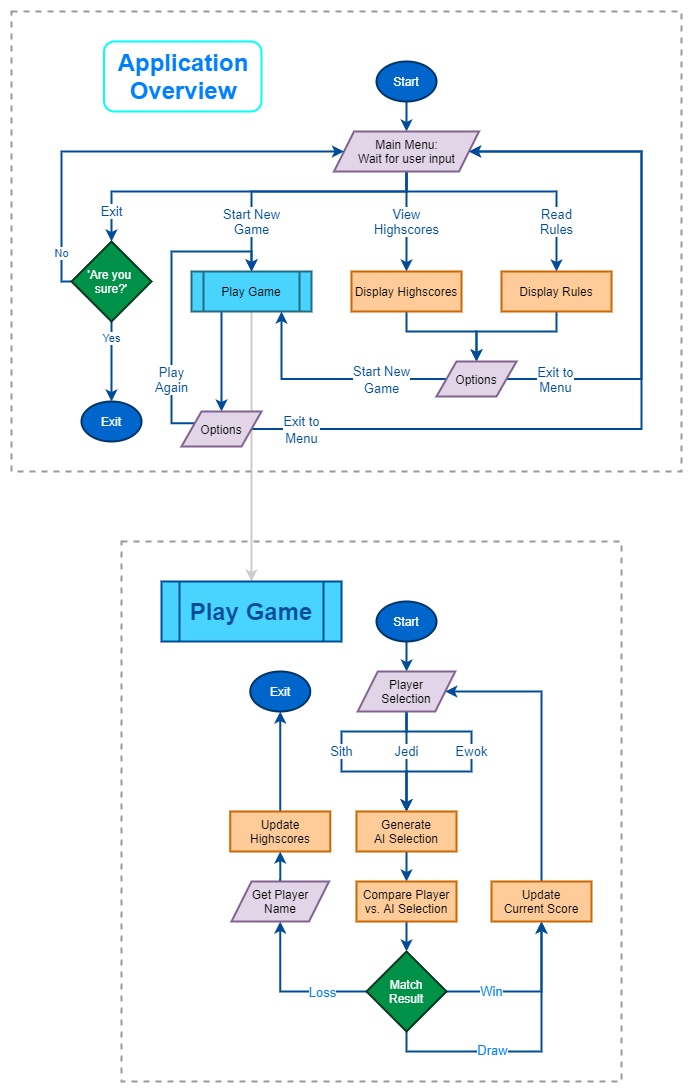
Above: docs/img/flowcharts/app-game-overview-flowcharts_transparent.png in waldowred5/Sith-Lord-Jedi-Ewok (draw.io), before the change. Source tidied: cells renumbered, new cells last; positions are measured from the earlier drawing's top-left corner, leaving out a move shared by most shapes.
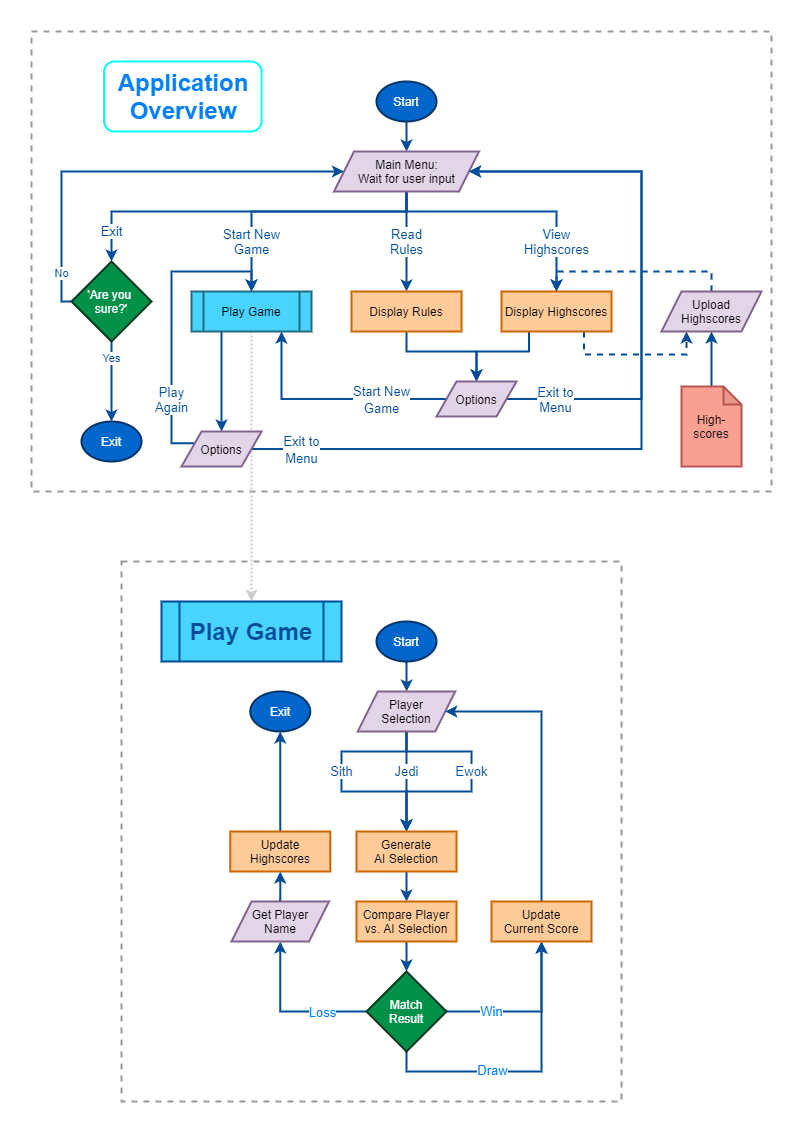
Later version of the same file.

Commit message:
Updated flowchart to include uploading Highscores flow

The edit, as a diff of the source:
```diff
@@ -2,6 +2,15 @@
   <root>
     <mxCell id="0" />
     <mxCell id="1" parent="0" />
+    <mxCell id="56" style="rounded=0;whiteSpace=wrap;html=1;shadow=0;glass=0;dashed=1;sketch=0;strokeWidth=2;fillColor=none;fontColor=#007FFF;strokeColor=#FFFFFF;" parent="1" vertex="1">
+      <mxGeometry y="-20" width="800" height="1130" as="geometry" />
+    </mxCell>
+    <mxCell id="55" style="rounded=0;whiteSpace=wrap;html=1;shadow=0;glass=0;sketch=0;strokeWidth=2;fontColor=#007FFF;fillColor=none;dashed=1;strokeColor=#999999;" parent="1" vertex="1">
+      <mxGeometry x="120" y="540" width="500" height="540" as="geometry" />
+    </mxCell>
+    <mxCell id="54" style="rounded=0;whiteSpace=wrap;html=1;shadow=0;glass=0;sketch=0;strokeWidth=2;fontColor=#007FFF;fillColor=none;dashed=1;strokeColor=#999999;" parent="1" vertex="1">
+      <mxGeometry x="30" y="10" width="740" height="460" as="geometry" />
+    </mxCell>
     <mxCell id="2" style="edgeStyle=orthogonalEdgeStyle;rounded=0;jettySize=auto;html=1;strokeColor=#004C99;strokeWidth=2;" parent="1" edge="1" source="3" target="9">
       <mxGeometry relative="1" as="geometry" />
     </mxCell>
@@ -11,7 +20,7 @@
     <mxCell id="4" value="&lt;span&gt;Exit&lt;/span&gt;" style="ellipse;whiteSpace=wrap;html=1;rounded=0;strokeColor=#003366;strokeWidth=2;fontColor=#FFFFFF;fillColor=#0066CC;" parent="1" vertex="1">
       <mxGeometry x="80" y="400" width="60" height="40" as="geometry" />
     </mxCell>
-    <mxCell id="5" value="&lt;font style=&quot;font-size: 13px&quot;&gt;View&lt;br&gt;Highscores&lt;/font&gt;" style="edgeStyle=orthogonalEdgeStyle;rounded=0;jettySize=auto;html=1;strokeColor=#004C99;fontColor=#004C99;strokeWidth=2;entryX=0.5;entryY=0;entryDx=0;entryDy=0;" parent="1" edge="1" source="9" target="23">
+    <mxCell id="5" value="&lt;font style=&quot;font-size: 13px&quot;&gt;Read&lt;br&gt;Rules&lt;/font&gt;" style="edgeStyle=orthogonalEdgeStyle;rounded=0;jettySize=auto;html=1;strokeColor=#004C99;fontColor=#004C99;strokeWidth=2;entryX=0.5;entryY=0;entryDx=0;entryDy=0;" parent="1" edge="1" source="9" target="23">
       <mxGeometry relative="1" as="geometry" />
     </mxCell>
     <mxCell id="6" value="&lt;font style=&quot;font-size: 13px&quot;&gt;Start New&lt;br&gt;Game&lt;/font&gt;" style="edgeStyle=orthogonalEdgeStyle;rounded=0;jettySize=auto;html=1;strokeColor=#004C99;fontColor=#004C99;strokeWidth=2;" parent="1" edge="1" source="9" target="12">
@@ -22,7 +31,7 @@
         </Array>
       </mxGeometry>
     </mxCell>
-    <mxCell id="7" value="&lt;font style=&quot;font-size: 13px&quot;&gt;Read&lt;br&gt;Rules&lt;/font&gt;" style="edgeStyle=orthogonalEdgeStyle;rounded=0;jettySize=auto;html=1;exitX=0.5;exitY=1;exitDx=0;exitDy=0;entryX=0.5;entryY=0;entryDx=0;entryDy=0;strokeColor=#004C99;fontColor=#004C99;strokeWidth=2;" parent="1" edge="1" source="9" target="15">
+    <mxCell id="7" value="&lt;span style=&quot;font-size: 13px&quot;&gt;View&lt;br&gt;Highscores&lt;/span&gt;" style="edgeStyle=orthogonalEdgeStyle;rounded=0;jettySize=auto;html=1;exitX=0.5;exitY=1;exitDx=0;exitDy=0;entryX=0.5;entryY=0;entryDx=0;entryDy=0;strokeColor=#004C99;fontColor=#004C99;strokeWidth=2;" parent="1" edge="1" source="9" target="15">
       <mxGeometry x="0.6" relative="1" as="geometry">
         <Array as="points">
           <mxPoint x="405" y="190" />
@@ -44,7 +53,7 @@
     <mxCell id="10" style="edgeStyle=orthogonalEdgeStyle;rounded=0;jettySize=auto;html=1;exitX=0.25;exitY=1;exitDx=0;exitDy=0;entryX=0.5;entryY=0;entryDx=0;entryDy=0;strokeColor=#004C99;strokeWidth=2;" parent="1" edge="1" source="12" target="28">
       <mxGeometry relative="1" as="geometry" />
     </mxCell>
-    <mxCell id="11" style="edgeStyle=orthogonalEdgeStyle;rounded=0;jettySize=auto;html=1;exitX=0.5;exitY=1;exitDx=0;exitDy=0;entryX=0.5;entryY=0;entryDx=0;entryDy=0;strokeWidth=2;fontColor=#007FFF;strokeColor=#CCCCCC;" parent="1" edge="1" source="12" target="53">
+    <mxCell id="11" style="edgeStyle=orthogonalEdgeStyle;rounded=0;jettySize=auto;html=1;exitX=0.5;exitY=1;exitDx=0;exitDy=0;entryX=0.5;entryY=0;entryDx=0;entryDy=0;strokeWidth=2;fontColor=#007FFF;strokeColor=#CCCCCC;dashed=1;dashPattern=1 1;" parent="1" edge="1" source="12" target="53">
       <mxGeometry relative="1" as="geometry" />
     </mxCell>
     <mxCell id="12" value="Play Game" style="shape=process;whiteSpace=wrap;html=1;backgroundOutline=1;strokeColor=#246A80;fillColor=#48D4FF;strokeWidth=2;" parent="1" vertex="1">
@@ -59,15 +68,23 @@
         </Array>
       </mxGeometry>
     </mxCell>
-    <mxCell id="14" style="edgeStyle=orthogonalEdgeStyle;rounded=0;jettySize=auto;html=1;exitX=0.5;exitY=1;exitDx=0;exitDy=0;entryX=0.5;entryY=0;entryDx=0;entryDy=0;strokeColor=#004C99;strokeWidth=2;" parent="1" edge="1" source="15" target="22">
+    <mxCell id="14" style="edgeStyle=orthogonalEdgeStyle;rounded=0;jettySize=auto;html=1;exitX=0.25;exitY=1;exitDx=0;exitDy=0;entryX=0.5;entryY=0;entryDx=0;entryDy=0;strokeColor=#004C99;strokeWidth=2;" parent="1" edge="1" source="15" target="22">
       <mxGeometry relative="1" as="geometry">
         <Array as="points">
-          <mxPoint x="555" y="330" />
+          <mxPoint x="528" y="330" />
           <mxPoint x="475" y="330" />
         </Array>
       </mxGeometry>
     </mxCell>
+    <mxCell id="57" style="edgeStyle=orthogonalEdgeStyle;rounded=0;jettySize=auto;html=1;exitX=0.75;exitY=1;exitDx=0;exitDy=0;strokeColor=#004C99;strokeWidth=2;fontColor=#004C99;dashed=1;entryX=0.25;entryY=1;entryDx=0;entryDy=0;" parent="1" edge="1" source="15" target="61">
+      <mxGeometry relative="1" as="geometry">
+        <Array as="points">
+          <mxPoint x="583" y="333" />
+          <mxPoint x="685" y="333" />
+        </Array>
+      </mxGeometry>
+    </mxCell>
-    <mxCell id="15" value="Display Rules" style="rounded=0;whiteSpace=wrap;html=1;fillColor=#ffcc99;strokeColor=#CC6600;strokeWidth=2;" parent="1" vertex="1">
+    <mxCell id="15" value="Display Highscores" style="rounded=0;whiteSpace=wrap;html=1;fillColor=#ffcc99;strokeColor=#CC6600;strokeWidth=2;" parent="1" vertex="1">
       <mxGeometry x="500" y="270" width="110" height="40" as="geometry" />
     </mxCell>
     <mxCell id="16" value="No" style="edgeStyle=orthogonalEdgeStyle;rounded=0;jettySize=auto;html=1;exitX=0;exitY=0.5;exitDx=0;exitDy=0;strokeColor=#004C99;fontColor=#004C99;strokeWidth=2;entryX=0;entryY=0.5;entryDx=0;entryDy=0;" parent="1" edge="1" source="18" target="9">
@@ -103,7 +120,7 @@
     <mxCell id="22" value="Options" style="shape=parallelogram;perimeter=parallelogramPerimeter;whiteSpace=wrap;html=1;fixedSize=1;fillColor=#e1d5e7;strokeWidth=2;strokeColor=#81638F;" parent="1" vertex="1">
       <mxGeometry x="435" y="360" width="80" height="35" as="geometry" />
     </mxCell>
-    <mxCell id="23" value="Display Highscores" style="rounded=0;whiteSpace=wrap;html=1;fillColor=#ffcc99;strokeColor=#CC6600;strokeWidth=2;" parent="1" vertex="1">
+    <mxCell id="23" value="Display Rules" style="rounded=0;whiteSpace=wrap;html=1;fillColor=#ffcc99;strokeColor=#CC6600;strokeWidth=2;" parent="1" vertex="1">
       <mxGeometry x="350" y="270" width="110" height="40" as="geometry" />
     </mxCell>
     <mxCell id="24" style="edgeStyle=orthogonalEdgeStyle;rounded=0;jettySize=auto;html=1;exitX=0;exitY=0.25;exitDx=0;exitDy=0;strokeColor=#004C99;strokeWidth=2;entryX=0.5;entryY=0;entryDx=0;entryDy=0;" parent="1" edge="1" source="28" target="12">
@@ -239,14 +256,22 @@
     <mxCell id="53" value="&lt;b style=&quot;font-size: 24px&quot;&gt;&lt;font color=&quot;#004c99&quot;&gt;Play Game&lt;/font&gt;&lt;/b&gt;" style="shape=process;whiteSpace=wrap;html=1;backgroundOutline=1;rounded=0;shadow=0;glass=0;sketch=0;strokeWidth=2;fillColor=#48D4FF;fontColor=#007FFF;strokeColor=#004C99;" parent="1" vertex="1">
       <mxGeometry x="160" y="580" width="180" height="60" as="geometry" />
     </mxCell>
-    <mxCell id="54" style="rounded=0;whiteSpace=wrap;html=1;shadow=0;glass=0;sketch=0;strokeWidth=2;fontColor=#007FFF;fillColor=none;dashed=1;strokeColor=#999999;" parent="1" vertex="1">
-      <mxGeometry x="10" y="10" width="670" height="460" as="geometry" />
-    </mxCell>
-    <mxCell id="55" style="rounded=0;whiteSpace=wrap;html=1;shadow=0;glass=0;sketch=0;strokeWidth=2;fontColor=#007FFF;fillColor=none;dashed=1;strokeColor=#999999;" parent="1" vertex="1">
-      <mxGeometry x="120" y="540" width="500" height="540" as="geometry" />
-    </mxCell>
-    <mxCell id="56" style="rounded=0;whiteSpace=wrap;html=1;shadow=0;glass=0;dashed=1;sketch=0;strokeWidth=2;fillColor=none;fontColor=#007FFF;strokeColor=#FFFFFF;" parent="1" vertex="1">
-      <mxGeometry width="690" height="1090" as="geometry" />
-    </mxCell>
+    <mxCell id="58" style="edgeStyle=orthogonalEdgeStyle;rounded=0;jettySize=auto;html=1;strokeColor=#004C99;strokeWidth=2;fontColor=#004C99;" parent="1" edge="1" source="59" target="61">
+      <mxGeometry relative="1" as="geometry" />
+    </mxCell>
+    <mxCell id="59" value="High-&lt;br&gt;scores" style="shape=note;whiteSpace=wrap;html=1;backgroundOutline=1;darkOpacity=0.05;rounded=0;strokeColor=#b85450;strokeWidth=2;size=18;fillColor=#F8A092;" parent="1" vertex="1">
+      <mxGeometry x="680" y="365" width="60" height="80" as="geometry" />
+    </mxCell>
+    <mxCell id="60" style="edgeStyle=orthogonalEdgeStyle;rounded=0;jettySize=auto;html=1;entryX=0.5;entryY=0;entryDx=0;entryDy=0;strokeColor=#004C99;strokeWidth=2;fontColor=#004C99;dashed=1;" parent="1" edge="1" source="61" target="15">
+      <mxGeometry relative="1" as="geometry">
+        <Array as="points">
+          <mxPoint x="710" y="250" />
+          <mxPoint x="555" y="250" />
+        </Array>
+      </mxGeometry>
+    </mxCell>
+    <mxCell id="61" value="Upload Highscores" style="shape=parallelogram;perimeter=parallelogramPerimeter;whiteSpace=wrap;html=1;fixedSize=1;fillColor=#e1d5e7;strokeWidth=2;strokeColor=#81638F;" parent="1" vertex="1">
+      <mxGeometry x="660" y="270" width="100" height="40" as="geometry" />
+    </mxCell>
   </root>
 </mxGraphModel>
```
